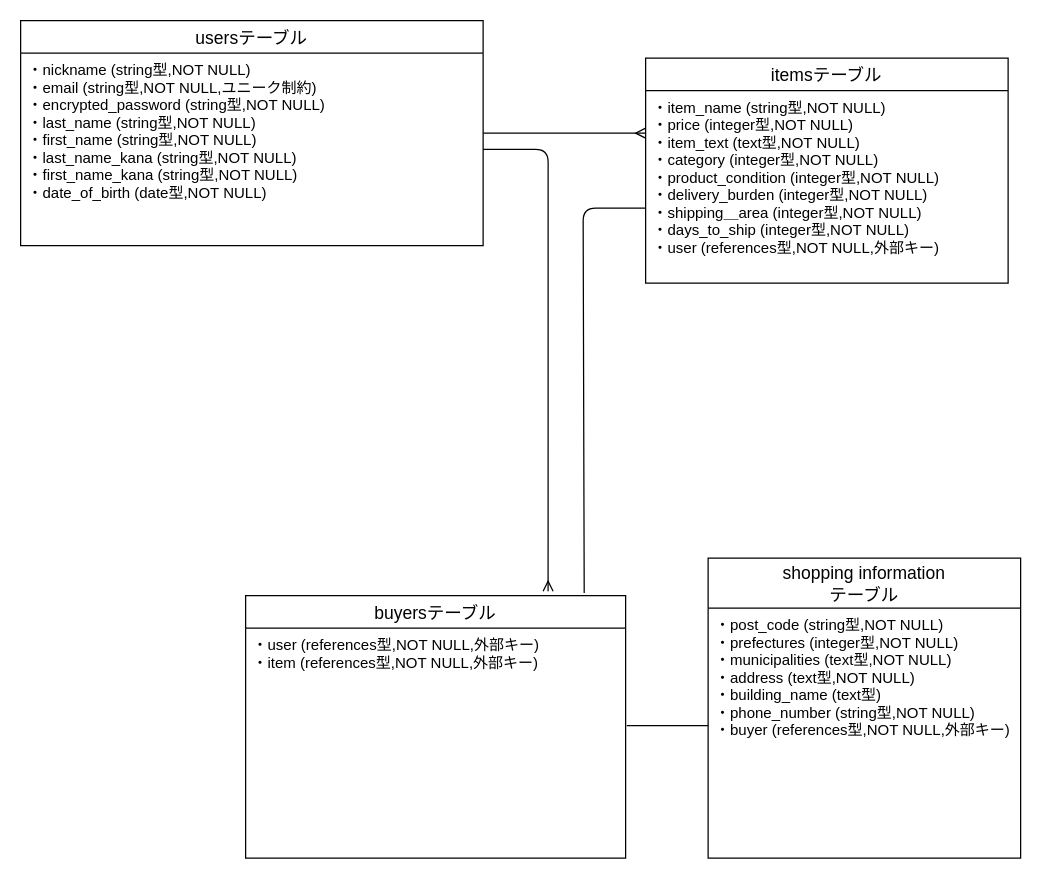
Before: test.dio in yuichiban/furima-37652, a draw.io diagram. Source tidied: cells renumbered, new cells numbered last; positions are measured from the earlier drawing's top-left corner, leaving out a move shared by most shapes. Both pictures are drawn from the tidied source at 125%, with x=0, y=0 at pixel (20, 20).
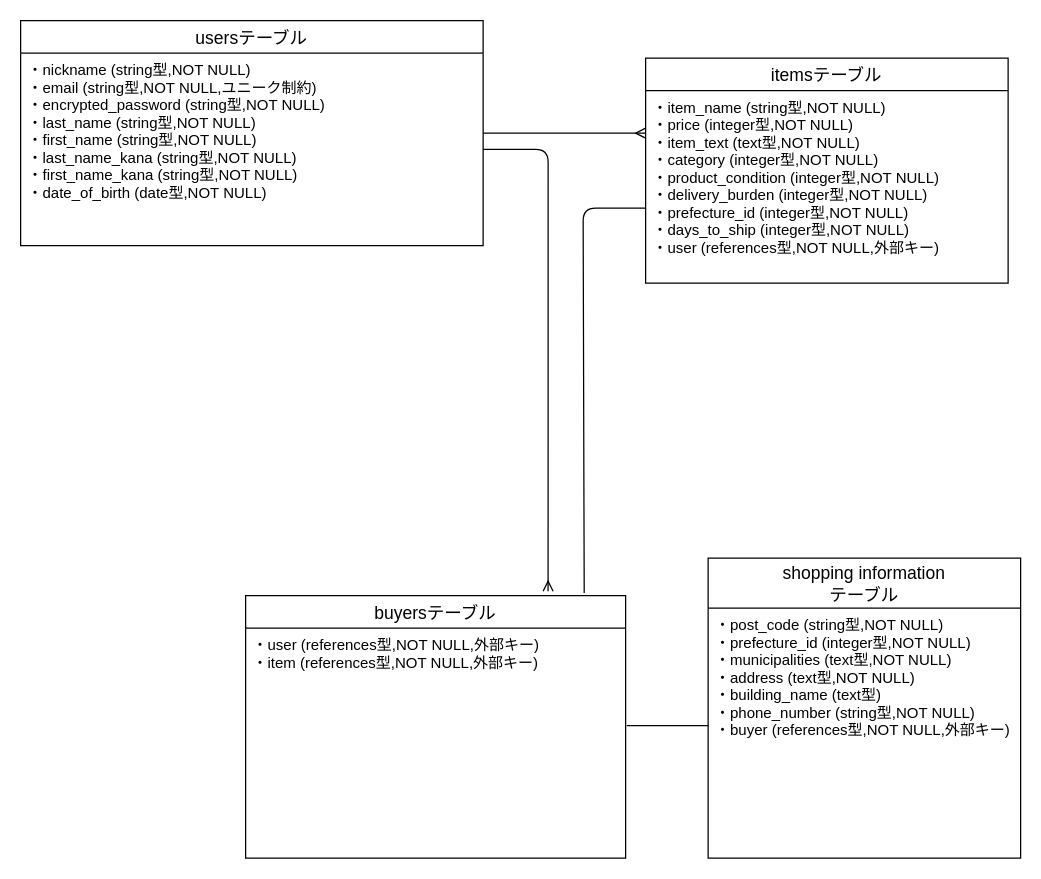
The same page after the edit.

The edit, as a diff of the source:
```diff
@@
 <mxGraphModel>
   <root>
     <mxCell id="0" />
     <mxCell id="1" parent="0" />
     <mxCell id="2" value="usersテーブル" style="swimlane;fontStyle=0;horizontal=1;startSize=26;align=center;fontSize=14;" parent="1" vertex="1">
       <mxGeometry width="370" height="180" as="geometry" />
     </mxCell>
     <mxCell id="3" value="・nickname (string型,NOT NULL)&#10;・email (string型,NOT NULL,ユニーク制約)&#10;・encrypted_password (string型,NOT NULL)&#10;・last_name (string型,NOT NULL)&#10;・first_name (string型,NOT NULL)&#10;・last_name_kana (string型,NOT NULL)&#10;・first_name_kana (string型,NOT NULL)&#10;・date_of_birth (date型,NOT NULL)&#10;" style="text;strokeColor=none;fillColor=none;spacingLeft=4;spacingRight=4;overflow=hidden;points=[[0,0.5],[1,0.5]];portConstraint=eastwest;fontSize=12;" parent="2" vertex="1">
       <mxGeometry y="26" width="370" height="154" as="geometry" />
     </mxCell>
     <mxCell id="4" value="itemsテーブル" style="swimlane;fontStyle=0;horizontal=1;startSize=26;align=center;fontSize=14;" parent="1" vertex="1">
       <mxGeometry x="500" y="30" width="290" height="180" as="geometry" />
     </mxCell>
-    <mxCell id="5" value="・item_name (string型,NOT NULL)&#10;・price (integer型,NOT NULL)&#10;・item_text (text型,NOT NULL)&#10;・category (integer型,NOT NULL)&#10;・product_condition (integer型,NOT NULL)&#10;・delivery_burden (integer型,NOT NULL)&#10;・shipping＿area (integer型,NOT NULL)&#10;・days_to_ship (integer型,NOT NULL)&#10;・user (references型,NOT NULL,外部キー)&#10;" style="text;strokeColor=none;fillColor=none;spacingLeft=4;spacingRight=4;overflow=hidden;points=[[0,0.5],[1,0.5]];portConstraint=eastwest;fontSize=12;" parent="4" vertex="1">
+    <mxCell id="5" value="・item_name (string型,NOT NULL)&#10;・price (integer型,NOT NULL)&#10;・item_text (text型,NOT NULL)&#10;・category (integer型,NOT NULL)&#10;・product_condition (integer型,NOT NULL)&#10;・delivery_burden (integer型,NOT NULL)&#10;・prefecture_id (integer型,NOT NULL)&#10;・days_to_ship (integer型,NOT NULL)&#10;・user (references型,NOT NULL,外部キー)&#10;" style="text;strokeColor=none;fillColor=none;spacingLeft=4;spacingRight=4;overflow=hidden;points=[[0,0.5],[1,0.5]];portConstraint=eastwest;fontSize=12;" parent="4" vertex="1">
       <mxGeometry y="26" width="290" height="154" as="geometry" />
     </mxCell>
     <mxCell id="6" style="edgeStyle=none;html=1;exitX=0.891;exitY=-0.01;exitDx=0;exitDy=0;endArrow=none;endFill=0;exitPerimeter=0;entryX=0;entryY=0.61;entryDx=0;entryDy=0;entryPerimeter=0;" parent="1" edge="1" source="7" target="5">
       <mxGeometry relative="1" as="geometry">
         <Array as="points">
           <mxPoint x="450" y="150" />
         </Array>
       </mxGeometry>
     </mxCell>
     <mxCell id="7" value="buyersテーブル" style="swimlane;fontStyle=0;horizontal=1;startSize=26;align=center;fontSize=14;" parent="1" vertex="1">
       <mxGeometry x="180" y="460" width="304" height="210" as="geometry" />
     </mxCell>
     <mxCell id="8" value="・user (references型,NOT NULL,外部キー)&#10;・item (references型,NOT NULL,外部キー)" style="text;strokeColor=none;fillColor=none;spacingLeft=4;spacingRight=4;overflow=hidden;points=[[0,0.5],[1,0.5]];portConstraint=eastwest;fontSize=12;" parent="7" vertex="1">
       <mxGeometry y="26" width="304" height="184" as="geometry" />
     </mxCell>
     <mxCell id="9" style="edgeStyle=entityRelationEdgeStyle;fontSize=12;html=1;endArrow=ERmany;entryX=0;entryY=0.133;entryDx=0;entryDy=0;entryPerimeter=0;" parent="1" edge="1">
       <mxGeometry relative="1" as="geometry">
         <mxPoint x="370" y="90" as="sourcePoint" />
         <mxPoint x="500" y="90" as="targetPoint" />
       </mxGeometry>
     </mxCell>
     <mxCell id="10" style="edgeStyle=none;html=1;entryX=1.003;entryY=0.424;entryDx=0;entryDy=0;entryPerimeter=0;endArrow=none;endFill=0;" parent="1" edge="1" target="8">
       <mxGeometry relative="1" as="geometry">
         <mxPoint x="550" y="564" as="sourcePoint" />
       </mxGeometry>
     </mxCell>
     <mxCell id="11" value="shopping information&#10;テーブル" style="swimlane;fontStyle=0;horizontal=1;startSize=40;align=center;fontSize=14;" parent="1" vertex="1">
       <mxGeometry x="550" y="430" width="250" height="240" as="geometry" />
     </mxCell>
-    <mxCell id="12" value="・post_code (string型,NOT NULL)&#10;・prefectures (integer型,NOT NULL)&#10;・municipalities (text型,NOT NULL)&#10;・address (text型,NOT NULL)&#10;・building_name (text型)&#10;・phone_number (string型,NOT NULL)&#10;・buyer (references型,NOT NULL,外部キー)" style="text;strokeColor=none;fillColor=none;spacingLeft=4;spacingRight=4;overflow=hidden;fontSize=12;" parent="11" vertex="1">
+    <mxCell id="12" value="・post_code (string型,NOT NULL)&#10;・prefecture_id (integer型,NOT NULL)&#10;・municipalities (text型,NOT NULL)&#10;・address (text型,NOT NULL)&#10;・building_name (text型)&#10;・phone_number (string型,NOT NULL)&#10;・buyer (references型,NOT NULL,外部キー)" style="text;strokeColor=none;fillColor=none;spacingLeft=4;spacingRight=4;overflow=hidden;fontSize=12;" parent="11" vertex="1">
       <mxGeometry y="40" width="250" height="200" as="geometry" />
     </mxCell>
     <mxCell id="13" style="edgeStyle=none;html=1;exitX=1;exitY=0.5;exitDx=0;exitDy=0;entryX=0.796;entryY=-0.017;entryDx=0;entryDy=0;entryPerimeter=0;endArrow=ERmany;endFill=0;" parent="1" edge="1" source="3" target="7">
       <mxGeometry relative="1" as="geometry">
         <Array as="points">
           <mxPoint x="422" y="103" />
         </Array>
       </mxGeometry>
     </mxCell>
   </root>
 </mxGraphModel>
```
